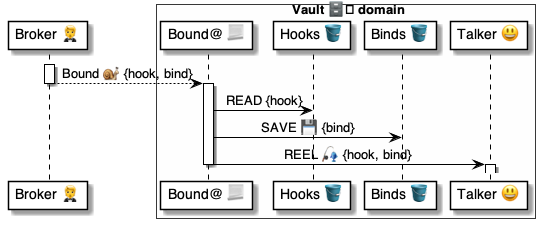
Before: 4 ⚙️ Solution/41 🎭 Domain Roles/Vaults 🗄️/🗄️🅰️ Vault methods/Bound 🤵🐌🗄️/🗄️ Bound ⚙️ uml.png, a diagram exported from PlantUML (pollyweb-org/pollyweb-docs). Its source is kept beside it as 4 ⚙️ Solution/41 🎭 Domain Roles/Vaults 🗄️/🗄️🅰️ Vault methods/Bound 🤵🐌🗄️/🗄️ Bound ⚙️ uml.puml.
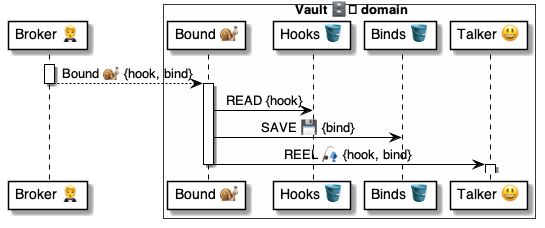
After the change.

What changed in the source:
```diff
@@ -3,7 +3,7 @@
 participant "Broker 🤵" as broker
 
 box Vault 🗄️ domain #FFFFFA
-    participant "Bound@ 📃" as vault
+    participant "Bound 🐌" as vault
     participant "Hooks 🪣" as hooks
     participant "Binds 🪣" as binds
     participant "Talker 😃" as talker
```
